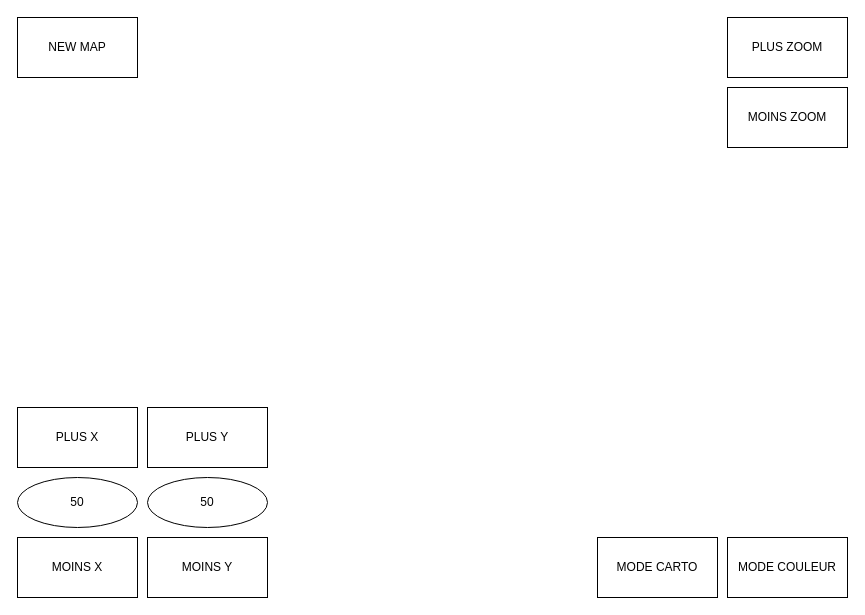
Earlier version of the draw.io diagram buttons_disposition.drawio (pierre1754/My_World). Source tidied: cells renumbered, new cells numbered last; positions are measured from the earlier drawing's top-left corner, leaving out a move shared by most shapes. Both pictures are drawn from the tidied source at 100%, with x=0, y=0 at pixel (17, 17).
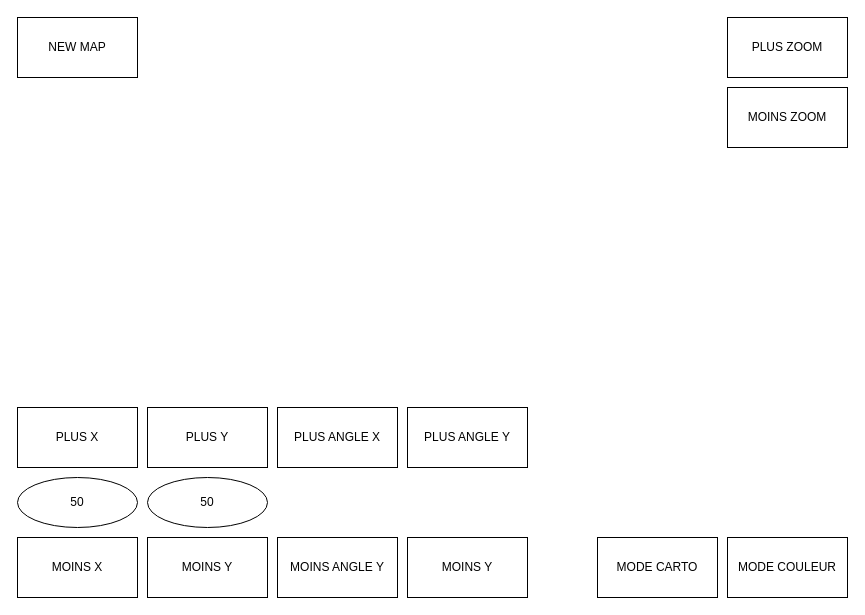
Above is the later version.

Change to the diagram source:
```diff
@@
 <mxGraphModel>
   <root>
     <mxCell id="0" />
     <mxCell id="1" parent="0" />
     <mxCell id="2" value="PLUS X" style="rounded=0;whiteSpace=wrap;html=1;" parent="1" vertex="1">
       <mxGeometry y="390" width="120" height="60" as="geometry" />
     </mxCell>
     <mxCell id="3" value="MOINS X" style="rounded=0;whiteSpace=wrap;html=1;" parent="1" vertex="1">
       <mxGeometry y="520" width="120" height="60" as="geometry" />
     </mxCell>
     <mxCell id="4" value="PLUS Y" style="rounded=0;whiteSpace=wrap;html=1;" parent="1" vertex="1">
       <mxGeometry x="130" y="390" width="120" height="60" as="geometry" />
     </mxCell>
     <mxCell id="5" value="MOINS Y" style="rounded=0;whiteSpace=wrap;html=1;" parent="1" vertex="1">
       <mxGeometry x="130" y="520" width="120" height="60" as="geometry" />
     </mxCell>
     <mxCell id="6" value="PLUS ZOOM" style="rounded=0;whiteSpace=wrap;html=1;" parent="1" vertex="1">
       <mxGeometry x="710" width="120" height="60" as="geometry" />
     </mxCell>
     <mxCell id="7" value="MOINS ZOOM" style="rounded=0;whiteSpace=wrap;html=1;" parent="1" vertex="1">
       <mxGeometry x="710" y="70" width="120" height="60" as="geometry" />
     </mxCell>
     <mxCell id="8" value="NEW MAP" style="rounded=0;whiteSpace=wrap;html=1;" parent="1" vertex="1">
       <mxGeometry width="120" height="60" as="geometry" />
     </mxCell>
     <mxCell id="9" value="50" style="ellipse;whiteSpace=wrap;html=1;" parent="1" vertex="1">
       <mxGeometry y="460" width="120" height="50" as="geometry" />
     </mxCell>
     <mxCell id="10" value="50" style="ellipse;whiteSpace=wrap;html=1;" parent="1" vertex="1">
       <mxGeometry x="130" y="460" width="120" height="50" as="geometry" />
     </mxCell>
     <mxCell id="11" value="MODE COULEUR" style="rounded=0;whiteSpace=wrap;html=1;" parent="1" vertex="1">
       <mxGeometry x="710" y="520" width="120" height="60" as="geometry" />
     </mxCell>
     <mxCell id="12" value="MODE CARTO" style="rounded=0;whiteSpace=wrap;html=1;" parent="1" vertex="1">
       <mxGeometry x="580" y="520" width="120" height="60" as="geometry" />
     </mxCell>
+    <mxCell id="13" value="PLUS ANGLE X" style="rounded=0;whiteSpace=wrap;html=1;" parent="1" vertex="1">
+      <mxGeometry x="260" y="390" width="120" height="60" as="geometry" />
+    </mxCell>
+    <mxCell id="14" value="MOINS ANGLE Y" style="rounded=0;whiteSpace=wrap;html=1;" parent="1" vertex="1">
+      <mxGeometry x="260" y="520" width="120" height="60" as="geometry" />
+    </mxCell>
+    <mxCell id="15" value="PLUS ANGLE Y" style="rounded=0;whiteSpace=wrap;html=1;" parent="1" vertex="1">
+      <mxGeometry x="390" y="390" width="120" height="60" as="geometry" />
+    </mxCell>
+    <mxCell id="16" value="MOINS Y" style="rounded=0;whiteSpace=wrap;html=1;" parent="1" vertex="1">
+      <mxGeometry x="390" y="520" width="120" height="60" as="geometry" />
+    </mxCell>
   </root>
 </mxGraphModel>
```
